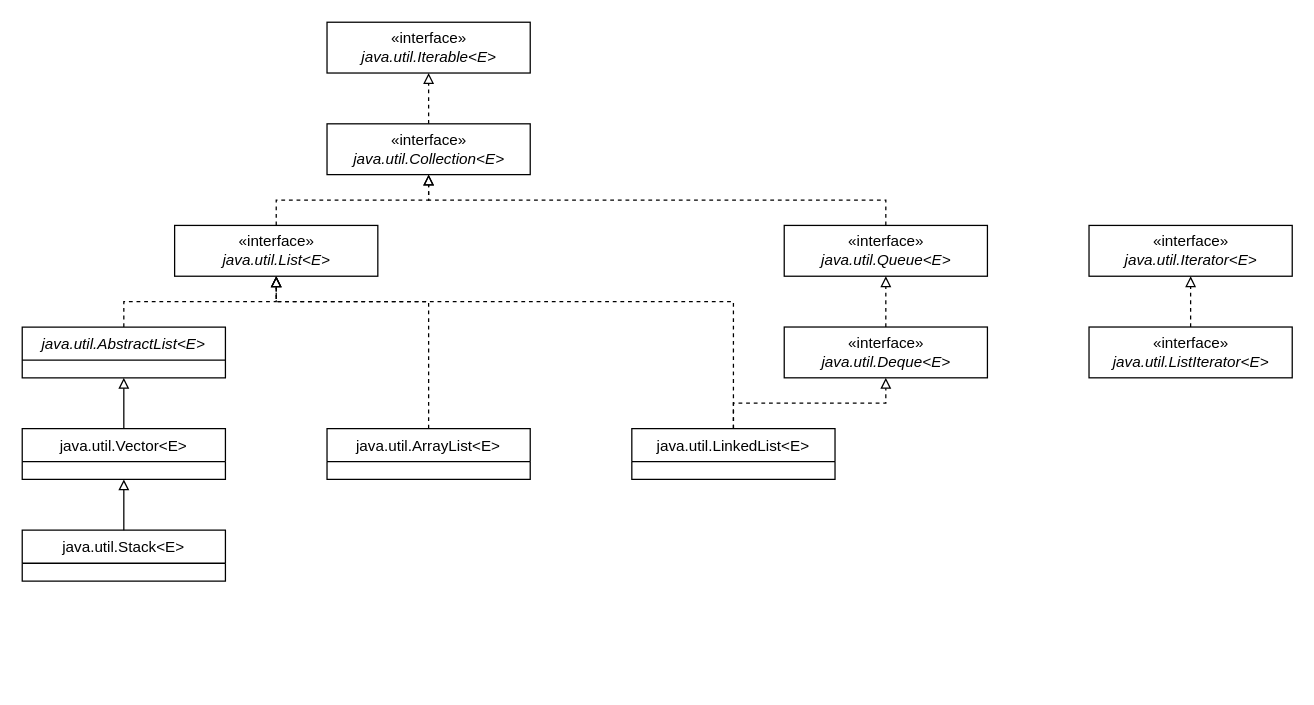
Above: CSC/161/ch20_stack uml.drawio in PatrickMcDougle/ACC (draw.io), before the change. Source tidied: cells renumbered, new cells numbered last; positions are measured from the earlier drawing's top-left corner, leaving out a move shared by most shapes. Both pictures are drawn from the tidied source at 127%, with x=0, y=0 at pixel (22, 22).
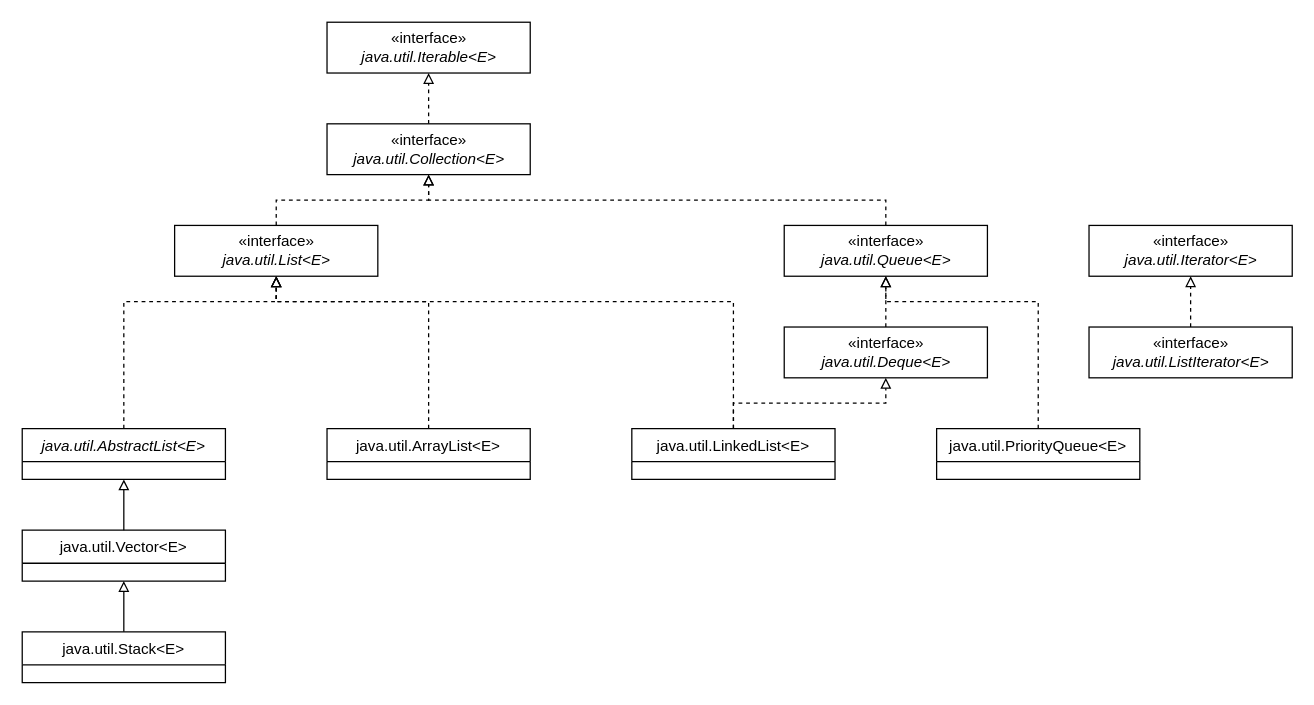
The same diagram, later.

Unchanged cells that the change refers to:
```xml
<mxCell id="9" value="«interface»&lt;br&gt;&lt;i&gt;java.util.List&amp;lt;E&amp;gt;&lt;/i&gt;" style="html=1;" parent="1" vertex="1">
  <mxGeometry x="120" y="160" width="160" height="40" as="geometry" />
</mxCell>
<mxCell id="13" value="«interface»&lt;br&gt;&lt;i&gt;java.util.Queue&amp;lt;E&amp;gt;&lt;/i&gt;" style="html=1;" parent="1" vertex="1">
  <mxGeometry x="600" y="160" width="160" height="40" as="geometry" />
</mxCell>
```

Diff of the diagram source:
```diff
@@
     <mxCell id="3" value="java.util.Stack&lt;E&gt;" style="swimlane;fontStyle=0;horizontal=1;startSize=26;fillColor=none;" parent="1" vertex="1">
-      <mxGeometry y="400" width="160" height="40" as="geometry" />
+      <mxGeometry y="480" width="160" height="40" as="geometry" />
     </mxCell>
@@
     <mxCell id="5" value="java.util.Vector&lt;E&gt;" style="swimlane;fontStyle=0;horizontal=1;startSize=26;fillColor=none;" parent="1" vertex="1">
-      <mxGeometry y="320" width="160" height="40" as="geometry" />
+      <mxGeometry y="400" width="160" height="40" as="geometry" />
     </mxCell>
     <mxCell id="6" style="edgeStyle=orthogonalEdgeStyle;rounded=0;jettySize=auto;html=1;exitX=0.5;exitY=0;exitDx=0;exitDy=0;entryX=0.5;entryY=1;entryDx=0;entryDy=0;dashed=1;endArrow=block;endFill=0;" parent="1" edge="1" source="7" target="9">
-      <mxGeometry relative="1" as="geometry" />
+      <mxGeometry relative="1" as="geometry">
+        <Array as="points">
+          <mxPoint x="80" y="220" />
+          <mxPoint x="200" y="220" />
+        </Array>
+      </mxGeometry>
     </mxCell>
     <mxCell id="7" value="java.util.AbstractList&lt;E&gt;" style="swimlane;fontStyle=2;horizontal=1;startSize=26;fillColor=none;" parent="1" vertex="1">
-      <mxGeometry y="240" width="160" height="40" as="geometry" />
+      <mxGeometry y="320" width="160" height="40" as="geometry" />
     </mxCell>
@@
+    <mxCell id="25" style="edgeStyle=orthogonalEdgeStyle;rounded=0;jettySize=auto;html=1;exitX=0.5;exitY=0;exitDx=0;exitDy=0;entryX=0.5;entryY=1;entryDx=0;entryDy=0;dashed=1;endArrow=block;endFill=0;" parent="1" edge="1" source="26" target="13">
+      <mxGeometry relative="1" as="geometry">
+        <Array as="points">
+          <mxPoint x="800" y="220" />
+          <mxPoint x="680" y="220" />
+        </Array>
+      </mxGeometry>
+    </mxCell>
+    <mxCell id="26" value="java.util.PriorityQueue&lt;E&gt;" style="swimlane;fontStyle=0;horizontal=1;startSize=26;fillColor=none;" parent="1" vertex="1">
+      <mxGeometry x="720" y="320" width="160" height="40" as="geometry" />
+    </mxCell>
```
